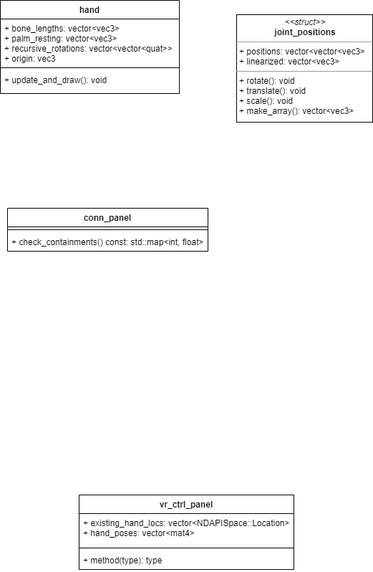
lucaswzyk/vr_ctrl_panel keeps this draw.io diagram as pics/uml.png. Above is the earlier version. Source tidied: cells renumbered, new cells last; positions are measured from the earlier drawing's top-left corner, leaving out a move shared by most shapes.
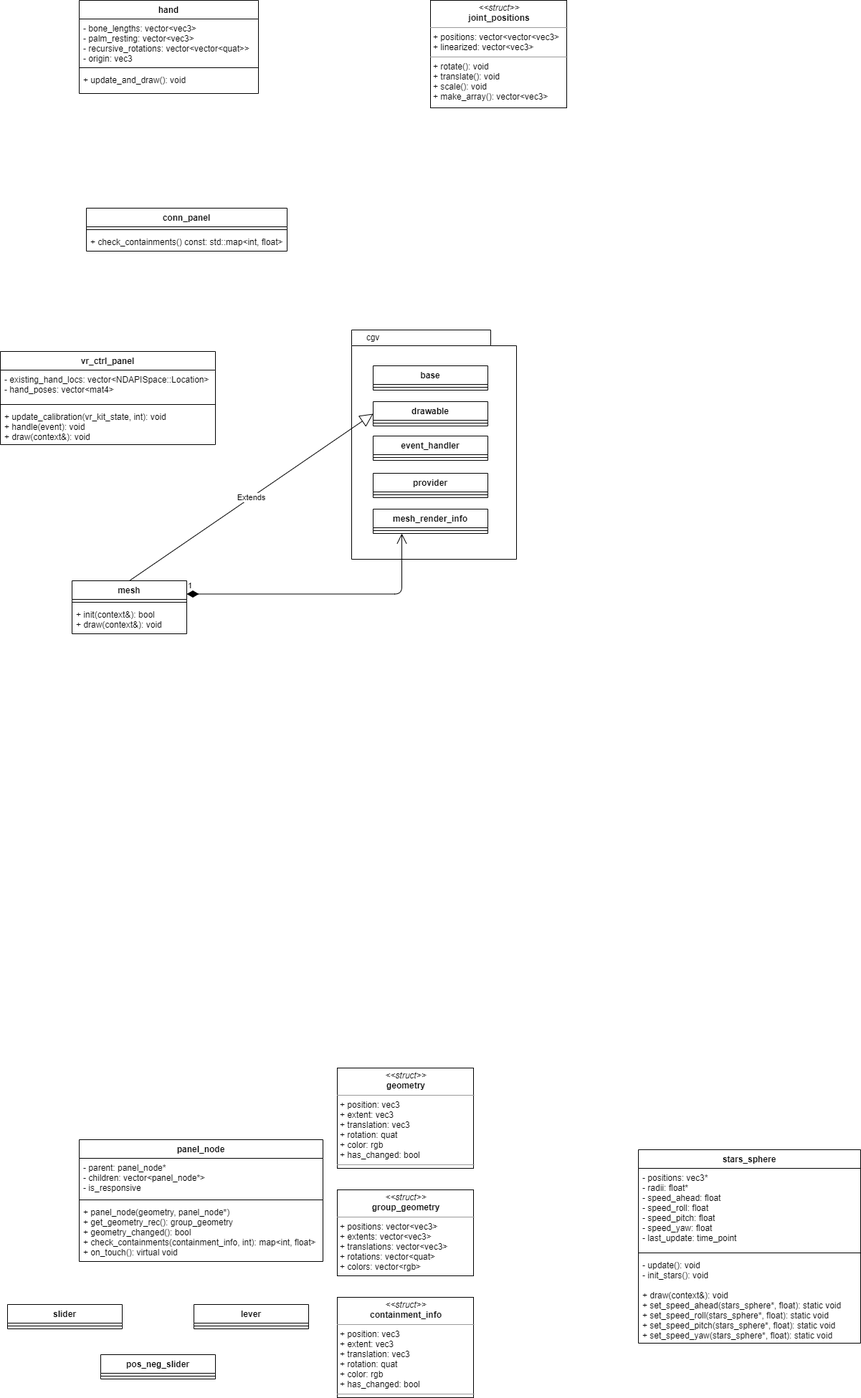
After the change.

Change to the diagram source:
```diff
@@ -14,7 +14,7 @@
     <mxCell id="5" value="hand" style="swimlane;fontStyle=1;align=center;verticalAlign=top;horizontal=1;startSize=26;" parent="1" vertex="1">
       <mxGeometry width="250" height="130" as="geometry" />
     </mxCell>
-    <mxCell id="6" value="+ bone_lengths: vector&lt;vec3&gt;&#10;+ palm_resting: vector&lt;vec3&gt;&#10;+ recursive_rotations: vector&lt;vector&lt;quat&gt;&gt;&#10;+ origin: vec3" style="text;strokeColor=none;fillColor=none;align=left;verticalAlign=top;spacingLeft=4;spacingRight=4;overflow=hidden;" parent="5" vertex="1">
+    <mxCell id="6" value="- bone_lengths: vector&lt;vec3&gt;&#10;- palm_resting: vector&lt;vec3&gt;&#10;- recursive_rotations: vector&lt;vector&lt;quat&gt;&gt;&#10;- origin: vec3" style="text;strokeColor=none;fillColor=none;align=left;verticalAlign=top;spacingLeft=4;spacingRight=4;overflow=hidden;" parent="5" vertex="1">
       <mxGeometry y="26" width="250" height="64" as="geometry" />
     </mxCell>
     <mxCell id="7" style="line;strokeWidth=1;fillColor=none;align=left;verticalAlign=middle;spacingTop=-1;spacingLeft=3;spacingRight=3;labelPosition=right;" parent="5" vertex="1">
@@ -24,19 +24,121 @@
       <mxGeometry y="98" width="250" height="32" as="geometry" />
     </mxCell>
     <mxCell id="9" value="&lt;p style=&quot;margin: 0px ; margin-top: 4px ; text-align: center&quot;&gt;&lt;i&gt;&amp;lt;&amp;lt;struct&amp;gt;&amp;gt;&lt;/i&gt;&lt;br&gt;&lt;b&gt;joint_positions&lt;/b&gt;&lt;/p&gt;&lt;hr size=&quot;1&quot;&gt;&lt;p style=&quot;margin: 0px ; margin-left: 4px&quot;&gt;+ positions: vector&amp;lt;vector&amp;lt;vec3&amp;gt;&lt;br&gt;+ linearized: vector&amp;lt;vec3&amp;gt;&lt;/p&gt;&lt;hr size=&quot;1&quot;&gt;&lt;p style=&quot;margin: 0px ; margin-left: 4px&quot;&gt;+ rotate(): void&lt;/p&gt;&lt;p style=&quot;margin: 0px ; margin-left: 4px&quot;&gt;+ translate(): void&lt;/p&gt;&lt;p style=&quot;margin: 0px ; margin-left: 4px&quot;&gt;+ scale(): void&lt;/p&gt;&lt;p style=&quot;margin: 0px ; margin-left: 4px&quot;&gt;+ make_array(): vector&amp;lt;vec3&amp;gt;&lt;/p&gt;" style="verticalAlign=top;align=left;overflow=fill;fontSize=12;fontFamily=Helvetica;html=1;" parent="1" vertex="1">
-      <mxGeometry x="330" y="20" width="190" height="150" as="geometry" />
+      <mxGeometry x="490" width="190" height="150" as="geometry" />
     </mxCell>
+    <mxCell id="14" value="mesh" style="swimlane;fontStyle=1;align=center;verticalAlign=top;horizontal=1;startSize=26;" parent="1" vertex="1">
+      <mxGeometry x="-10" y="810" width="160" height="74" as="geometry" />
+    </mxCell>
+    <mxCell id="15" style="line;strokeWidth=1;fillColor=none;align=left;verticalAlign=middle;spacingTop=-1;spacingLeft=3;spacingRight=3;labelPosition=right;" parent="14" vertex="1">
+      <mxGeometry y="26" width="160" height="8" as="geometry" />
+    </mxCell>
+    <mxCell id="16" value="+ init(context&amp;): bool&#10;+ draw(context&amp;): void" style="text;strokeColor=none;fillColor=none;align=left;verticalAlign=top;spacingLeft=4;spacingRight=4;overflow=hidden;" parent="14" vertex="1">
+      <mxGeometry y="34" width="160" height="40" as="geometry" />
+    </mxCell>
+    <mxCell id="17" style="shape=folder;fontStyle=1;spacingTop=10;tabWidth=194;tabHeight=22;tabPosition=left;html=1;rounded=0;shadow=0;comic=0;labelBackgroundColor=none;strokeWidth=1;fillColor=none;fontFamily=Verdana;fontSize=10;align=center;" parent="1" vertex="1">
+      <mxGeometry x="380" y="460" width="230" height="320" as="geometry" />
+    </mxCell>
+    <mxCell id="18" value="base" style="swimlane;fontStyle=1;align=center;verticalAlign=top;horizontal=1;startSize=26;" parent="1" vertex="1">
+      <mxGeometry x="410" y="510" width="160" height="34" as="geometry" />
+    </mxCell>
+    <mxCell id="19" style="line;strokeWidth=1;fillColor=none;align=left;verticalAlign=middle;spacingTop=-1;spacingLeft=3;spacingRight=3;labelPosition=right;" parent="18" vertex="1">
+      <mxGeometry y="26" width="160" height="8" as="geometry" />
+    </mxCell>
+    <mxCell id="20" value="drawable" style="swimlane;fontStyle=1;align=center;verticalAlign=top;horizontal=1;startSize=26;" parent="1" vertex="1">
+      <mxGeometry x="410" y="560" width="160" height="34" as="geometry" />
+    </mxCell>
+    <mxCell id="21" style="line;strokeWidth=1;fillColor=none;align=left;verticalAlign=middle;spacingTop=-1;spacingLeft=3;spacingRight=3;labelPosition=right;" parent="20" vertex="1">
+      <mxGeometry y="26" width="160" height="8" as="geometry" />
+    </mxCell>
+    <mxCell id="22" value="event_handler" style="swimlane;fontStyle=1;align=center;verticalAlign=top;horizontal=1;startSize=26;" parent="1" vertex="1">
+      <mxGeometry x="410" y="608" width="160" height="34" as="geometry" />
+    </mxCell>
+    <mxCell id="23" style="line;strokeWidth=1;fillColor=none;align=left;verticalAlign=middle;spacingTop=-1;spacingLeft=3;spacingRight=3;labelPosition=right;" parent="22" vertex="1">
+      <mxGeometry y="26" width="160" height="8" as="geometry" />
+    </mxCell>
+    <mxCell id="24" value="provider" style="swimlane;fontStyle=1;align=center;verticalAlign=top;horizontal=1;startSize=26;" parent="1" vertex="1">
+      <mxGeometry x="410" y="660" width="160" height="34" as="geometry" />
+    </mxCell>
+    <mxCell id="25" style="line;strokeWidth=1;fillColor=none;align=left;verticalAlign=middle;spacingTop=-1;spacingLeft=3;spacingRight=3;labelPosition=right;" parent="24" vertex="1">
+      <mxGeometry y="26" width="160" height="8" as="geometry" />
+    </mxCell>
+    <mxCell id="26" value="mesh_render_info" style="swimlane;fontStyle=1;align=center;verticalAlign=top;horizontal=1;startSize=26;" parent="1" vertex="1">
+      <mxGeometry x="410" y="710" width="160" height="34" as="geometry" />
+    </mxCell>
+    <mxCell id="27" style="line;strokeWidth=1;fillColor=none;align=left;verticalAlign=middle;spacingTop=-1;spacingLeft=3;spacingRight=3;labelPosition=right;" parent="26" vertex="1">
+      <mxGeometry y="26" width="160" height="8" as="geometry" />
+    </mxCell>
+    <mxCell id="28" value="cgv" style="text;html=1;strokeColor=none;fillColor=none;align=center;verticalAlign=middle;whiteSpace=wrap;rounded=0;" parent="1" vertex="1">
+      <mxGeometry x="390" y="460" width="40" height="20" as="geometry" />
+    </mxCell>
+    <mxCell id="29" value="1" style="endArrow=open;html=1;endSize=12;startArrow=diamondThin;startSize=14;startFill=1;edgeStyle=orthogonalEdgeStyle;align=left;verticalAlign=bottom;exitX=1;exitY=0.25;exitDx=0;exitDy=0;entryX=0.25;entryY=1;entryDx=0;entryDy=0;" parent="1" edge="1" source="14" target="26">
+      <mxGeometry x="-1" y="3" relative="1" as="geometry" />
+    </mxCell>
+    <mxCell id="30" value="Extends" style="endArrow=block;endSize=16;endFill=0;html=1;exitX=0.5;exitY=0;exitDx=0;exitDy=0;entryX=0;entryY=0.5;entryDx=0;entryDy=0;" parent="1" edge="1" source="14" target="20">
+      <mxGeometry relative="1" as="geometry" />
+    </mxCell>
     <mxCell id="10" value="vr_ctrl_panel" style="swimlane;fontStyle=1;align=center;verticalAlign=top;horizontal=1;startSize=26;" parent="1" vertex="1">
-      <mxGeometry x="110" y="690" width="300" height="104" as="geometry" />
+      <mxGeometry x="-110" y="490" width="300" height="130" as="geometry" />
     </mxCell>
-    <mxCell id="11" value="+ existing_hand_locs: vector&lt;NDAPISpace::Location&gt;&#10;+ hand_poses: vector&lt;mat4&gt;" style="text;strokeColor=none;fillColor=none;align=left;verticalAlign=top;spacingLeft=4;spacingRight=4;overflow=hidden;" parent="10" vertex="1">
+    <mxCell id="11" value="- existing_hand_locs: vector&lt;NDAPISpace::Location&gt;&#10;- hand_poses: vector&lt;mat4&gt;" style="text;strokeColor=none;fillColor=none;align=left;verticalAlign=top;spacingLeft=4;spacingRight=4;overflow=hidden;" parent="10" vertex="1">
       <mxGeometry y="26" width="300" height="44" as="geometry" />
     </mxCell>
     <mxCell id="12" style="line;strokeWidth=1;fillColor=none;align=left;verticalAlign=middle;spacingTop=-1;spacingLeft=3;spacingRight=3;labelPosition=right;" parent="10" vertex="1">
       <mxGeometry y="70" width="300" height="8" as="geometry" />
     </mxCell>
-    <mxCell id="13" value="+ method(type): type" style="text;strokeColor=none;fillColor=none;align=left;verticalAlign=top;spacingLeft=4;spacingRight=4;overflow=hidden;" parent="10" vertex="1">
-      <mxGeometry y="78" width="300" height="26" as="geometry" />
+    <mxCell id="13" value="+ update_calibration(vr_kit_state, int): void&#10;+ handle(event): void&#10;+ draw(context&amp;): void" style="text;strokeColor=none;fillColor=none;align=left;verticalAlign=top;spacingLeft=4;spacingRight=4;overflow=hidden;" parent="10" vertex="1">
+      <mxGeometry y="78" width="300" height="52" as="geometry" />
     </mxCell>
+    <mxCell id="31" value="&lt;p style=&quot;margin: 0px ; margin-top: 4px ; text-align: center&quot;&gt;&lt;i&gt;&amp;lt;&amp;lt;struct&amp;gt;&amp;gt;&lt;/i&gt;&lt;br&gt;&lt;b&gt;geometry&lt;/b&gt;&lt;/p&gt;&lt;hr size=&quot;1&quot;&gt;&lt;p style=&quot;margin: 0px ; margin-left: 4px&quot;&gt;+ position: vec3&lt;/p&gt;&lt;p style=&quot;margin: 0px ; margin-left: 4px&quot;&gt;+ extent: vec3&lt;/p&gt;&lt;p style=&quot;margin: 0px ; margin-left: 4px&quot;&gt;+ translation: vec3&lt;/p&gt;&lt;p style=&quot;margin: 0px ; margin-left: 4px&quot;&gt;+ rotation: quat&lt;/p&gt;&lt;p style=&quot;margin: 0px ; margin-left: 4px&quot;&gt;+ color: rgb&lt;/p&gt;&lt;p style=&quot;margin: 0px ; margin-left: 4px&quot;&gt;+ has_changed: bool&lt;/p&gt;&lt;hr size=&quot;1&quot;&gt;&lt;p style=&quot;margin: 0px ; margin-left: 4px&quot;&gt;&lt;br&gt;&lt;/p&gt;" style="verticalAlign=top;align=left;overflow=fill;fontSize=12;fontFamily=Helvetica;html=1;" parent="1" vertex="1">
+      <mxGeometry x="360" y="1490" width="190" height="140" as="geometry" />
+    </mxCell>
+    <mxCell id="32" value="panel_node" style="swimlane;fontStyle=1;align=center;verticalAlign=top;horizontal=1;startSize=26;" parent="1" vertex="1">
+      <mxGeometry y="1590" width="340" height="170" as="geometry" />
+    </mxCell>
+    <mxCell id="33" value="- parent: panel_node*&#10;- children: vector&lt;panel_node*&gt;&#10;- is_responsive" style="text;strokeColor=none;fillColor=none;align=left;verticalAlign=top;spacingLeft=4;spacingRight=4;overflow=hidden;" parent="32" vertex="1">
+      <mxGeometry y="26" width="340" height="54" as="geometry" />
+    </mxCell>
+    <mxCell id="34" style="line;strokeWidth=1;fillColor=none;align=left;verticalAlign=middle;spacingTop=-1;spacingLeft=3;spacingRight=3;labelPosition=right;" parent="32" vertex="1">
+      <mxGeometry y="80" width="340" height="8" as="geometry" />
+    </mxCell>
+    <mxCell id="35" value="+ panel_node(geometry, panel_node*)&#10;+ get_geometry_rec(): group_geometry&#10;+ geometry_changed(): bool&#10;+ check_containments(containment_info, int): map&lt;int, float&gt;&#10;+ on_touch(): virtual void" style="text;strokeColor=none;fillColor=none;align=left;verticalAlign=top;spacingLeft=4;spacingRight=4;overflow=hidden;" parent="32" vertex="1">
+      <mxGeometry y="88" width="340" height="82" as="geometry" />
+    </mxCell>
+    <mxCell id="36" value="&lt;p style=&quot;margin: 0px ; margin-top: 4px ; text-align: center&quot;&gt;&lt;i&gt;&amp;lt;&amp;lt;struct&amp;gt;&amp;gt;&lt;/i&gt;&lt;br&gt;&lt;b&gt;group_geometry&lt;/b&gt;&lt;/p&gt;&lt;hr size=&quot;1&quot;&gt;&lt;p style=&quot;margin: 0px ; margin-left: 4px&quot;&gt;&lt;/p&gt;&lt;p style=&quot;margin: 0px ; margin-left: 4px&quot;&gt;&lt;span&gt;+ positions: vector&amp;lt;vec3&amp;gt;&lt;/span&gt;&lt;br&gt;&lt;/p&gt;&lt;p style=&quot;margin: 0px 0px 0px 4px&quot;&gt;+ extents: vector&amp;lt;vec3&amp;gt;&lt;/p&gt;&lt;p style=&quot;margin: 0px 0px 0px 4px&quot;&gt;+ translations: vector&amp;lt;vec3&amp;gt;&lt;/p&gt;&lt;p style=&quot;margin: 0px 0px 0px 4px&quot;&gt;+ rotations: vector&amp;lt;quat&amp;gt;&lt;/p&gt;&lt;p style=&quot;margin: 0px 0px 0px 4px&quot;&gt;+ colors: vector&amp;lt;rgb&amp;gt;&lt;/p&gt;" style="verticalAlign=top;align=left;overflow=fill;fontSize=12;fontFamily=Helvetica;html=1;" parent="1" vertex="1">
+      <mxGeometry x="360" y="1660" width="190" height="120" as="geometry" />
+    </mxCell>
+    <mxCell id="37" value="&lt;p style=&quot;margin: 0px ; margin-top: 4px ; text-align: center&quot;&gt;&lt;i&gt;&amp;lt;&amp;lt;struct&amp;gt;&amp;gt;&lt;/i&gt;&lt;br&gt;&lt;b&gt;containment_info&lt;/b&gt;&lt;/p&gt;&lt;hr size=&quot;1&quot;&gt;&lt;p style=&quot;margin: 0px ; margin-left: 4px&quot;&gt;+ position: vec3&lt;/p&gt;&lt;p style=&quot;margin: 0px ; margin-left: 4px&quot;&gt;+ extent: vec3&lt;/p&gt;&lt;p style=&quot;margin: 0px ; margin-left: 4px&quot;&gt;+ translation: vec3&lt;/p&gt;&lt;p style=&quot;margin: 0px ; margin-left: 4px&quot;&gt;+ rotation: quat&lt;/p&gt;&lt;p style=&quot;margin: 0px ; margin-left: 4px&quot;&gt;+ color: rgb&lt;/p&gt;&lt;p style=&quot;margin: 0px ; margin-left: 4px&quot;&gt;+ has_changed: bool&lt;/p&gt;&lt;hr size=&quot;1&quot;&gt;&lt;p style=&quot;margin: 0px ; margin-left: 4px&quot;&gt;&lt;br&gt;&lt;/p&gt;" style="verticalAlign=top;align=left;overflow=fill;fontSize=12;fontFamily=Helvetica;html=1;" parent="1" vertex="1">
+      <mxGeometry x="360" y="1810" width="190" height="140" as="geometry" />
+    </mxCell>
+    <mxCell id="38" value="slider" style="swimlane;fontStyle=1;align=center;verticalAlign=top;horizontal=1;startSize=26;" parent="1" vertex="1">
+      <mxGeometry x="-100" y="1820" width="160" height="34" as="geometry" />
+    </mxCell>
+    <mxCell id="39" style="line;strokeWidth=1;fillColor=none;align=left;verticalAlign=middle;spacingTop=-1;spacingLeft=3;spacingRight=3;labelPosition=right;" parent="38" vertex="1">
+      <mxGeometry y="26" width="160" height="8" as="geometry" />
+    </mxCell>
+    <mxCell id="40" value="pos_neg_slider" style="swimlane;fontStyle=1;align=center;verticalAlign=top;horizontal=1;startSize=26;" parent="1" vertex="1">
+      <mxGeometry x="30" y="1890" width="160" height="34" as="geometry" />
+    </mxCell>
+    <mxCell id="41" style="line;strokeWidth=1;fillColor=none;align=left;verticalAlign=middle;spacingTop=-1;spacingLeft=3;spacingRight=3;labelPosition=right;" parent="40" vertex="1">
+      <mxGeometry y="26" width="160" height="8" as="geometry" />
+    </mxCell>
+    <mxCell id="42" value="lever" style="swimlane;fontStyle=1;align=center;verticalAlign=top;horizontal=1;startSize=26;" parent="1" vertex="1">
+      <mxGeometry x="160" y="1820" width="160" height="34" as="geometry" />
+    </mxCell>
+    <mxCell id="43" style="line;strokeWidth=1;fillColor=none;align=left;verticalAlign=middle;spacingTop=-1;spacingLeft=3;spacingRight=3;labelPosition=right;" parent="42" vertex="1">
+      <mxGeometry y="26" width="160" height="8" as="geometry" />
+    </mxCell>
+    <mxCell id="44" value="stars_sphere" style="swimlane;fontStyle=1;align=center;verticalAlign=top;horizontal=1;startSize=26;" parent="1" vertex="1">
+      <mxGeometry x="780" y="1604" width="310" height="270" as="geometry" />
+    </mxCell>
+    <mxCell id="45" value="- positions: vec3*&#10;- radii: float*&#10;- speed_ahead: float&#10;- speed_roll: float&#10;- speed_pitch: float&#10;- speed_yaw: float&#10;- last_update: time_point" style="text;strokeColor=none;fillColor=none;align=left;verticalAlign=top;spacingLeft=4;spacingRight=4;overflow=hidden;" parent="44" vertex="1">
+      <mxGeometry y="26" width="310" height="114" as="geometry" />
+    </mxCell>
+    <mxCell id="46" style="line;strokeWidth=1;fillColor=none;align=left;verticalAlign=middle;spacingTop=-1;spacingLeft=3;spacingRight=3;labelPosition=right;" parent="44" vertex="1">
+      <mxGeometry y="140" width="310" height="8" as="geometry" />
+    </mxCell>
+    <mxCell id="47" value="- update(): void&#10;- init_stars(): void&#10;&#10;+ draw(context&amp;): void&#10;+ set_speed_ahead(stars_sphere*, float): static void&#10;+ set_speed_roll(stars_sphere*, float): static void&#10;+ set_speed_pitch(stars_sphere*, float): static void&#10;+ set_speed_yaw(stars_sphere*, float): static void" style="text;strokeColor=none;fillColor=none;align=left;verticalAlign=top;spacingLeft=4;spacingRight=4;overflow=hidden;" parent="44" vertex="1">
+      <mxGeometry y="148" width="310" height="122" as="geometry" />
+    </mxCell>
   </root>
 </mxGraphModel>
```
